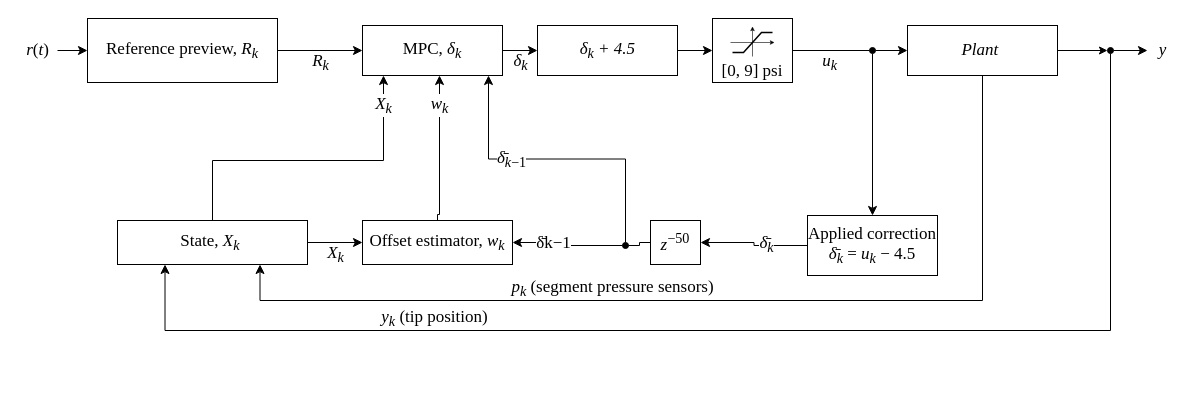
This is page "3 input MPC diagram" (2 of 11) of docs/diagrams/controllers.drawio from ibraheem-111/soft-pneumatic-arm-control, a draw.io file, before an edit. Source tidied: cells renumbered, new cells numbered last; positions are measured from the earlier drawing's top-left corner, leaving out a move shared by most shapes. Both pictures are drawn from the tidied source at 100%, with x=0, y=0 at pixel (17, 18).
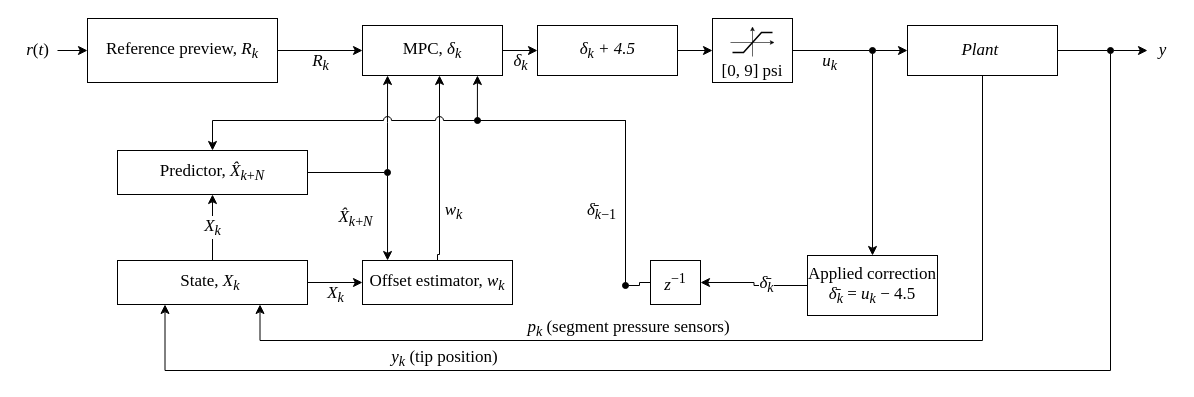
After the change.

The change refers to these unchanged cells:
```xml
<mxCell id="4" value="MPC,&amp;nbsp;&lt;i style=&quot;white-space: nowrap;&quot;&gt;δ&lt;/i&gt;&lt;sub style=&quot;white-space: nowrap;&quot;&gt;&lt;i&gt;k&lt;/i&gt;&lt;/sub&gt;" style="rounded=0;whiteSpace=wrap;html=1;fillColor=#FFFFFF;strokeColor=#000000;strokeWidth=1;fontSize=17;fontFamily=Times New Roman;fontColor=#000000;" parent="1" vertex="1">
  <mxGeometry x="345" y="7" width="140" height="50" as="geometry" />
</mxCell>
<mxCell id="6" value="&lt;i&gt;Plant&amp;nbsp;&lt;/i&gt;" style="rounded=0;whiteSpace=wrap;html=1;fillColor=#FFFFFF;strokeColor=#000000;strokeWidth=1;fontSize=17;fontFamily=Times New Roman;fontColor=#000000;" parent="1" vertex="1">
  <mxGeometry x="890" y="7" width="150" height="50" as="geometry" />
</mxCell>
<mxCell id="9" style="ellipse;html=1;fillColor=#000000;strokeColor=#000000;fontSize=17;" parent="1" vertex="1">
  <mxGeometry x="1090" y="29" width="6" height="6" as="geometry" />
</mxCell>
```

The edit, as a diff of the source:
```diff
@@
-    <mxCell id="5" style="edgeStyle=orthogonalEdgeStyle;rounded=0;jettySize=auto;html=1;defaultLabelBackgroundColor=page;labelPadding=0 4;entryX=0;entryY=0.5;entryDx=0;entryDy=0;fontSize=17;" parent="1" edge="1" source="6" target="9">
+    <mxCell id="5" style="edgeStyle=orthogonalEdgeStyle;rounded=0;jettySize=auto;html=1;defaultLabelBackgroundColor=page;labelPadding=0 4;entryX=0;entryY=0.5;entryDx=0;entryDy=0;fontSize=17;endArrow=none;" parent="1" edge="1" source="6" target="9">
       <mxGeometry relative="1" as="geometry" />
     </mxCell>
@@
     <mxCell id="17" value="&lt;font&gt;State,&amp;nbsp;&lt;i&gt;X&lt;/i&gt;&lt;sub&gt;&lt;i&gt;k&lt;/i&gt;&lt;/sub&gt;&amp;nbsp;&lt;/font&gt;" style="rounded=0;whiteSpace=wrap;html=1;fillColor=#FFFFFF;strokeColor=#000000;strokeWidth=1;fontSize=17;fontFamily=Times New Roman;fontColor=#000000;" parent="1" vertex="1">
-      <mxGeometry x="100" y="202" width="190" height="44" as="geometry" />
+      <mxGeometry x="100" y="242" width="190" height="44" as="geometry" />
     </mxCell>
     <mxCell id="18" value="&lt;font&gt;Offset estimator,&amp;nbsp;&lt;/font&gt;&lt;font&gt;&lt;i style=&quot;white-space: nowrap;&quot;&gt;w&lt;/i&gt;&lt;sub style=&quot;white-space: nowrap;&quot;&gt;&lt;i&gt;k&lt;/i&gt;&lt;/sub&gt;&lt;/font&gt;" style="rounded=0;whiteSpace=wrap;html=1;fillColor=#FFFFFF;strokeColor=#000000;strokeWidth=1;fontSize=17;fontFamily=Times New Roman;fontColor=#000000;" parent="1" vertex="1">
-      <mxGeometry x="345" y="202" width="150" height="44" as="geometry" />
+      <mxGeometry x="345" y="242" width="150" height="44" as="geometry" />
     </mxCell>
-    <mxCell id="19" value="&lt;i&gt;z&lt;/i&gt;&lt;sup&gt;−50&lt;/sup&gt;" style="rounded=0;whiteSpace=wrap;html=1;fillColor=#FFFFFF;strokeColor=#000000;strokeWidth=1;fontSize=17;fontFamily=Times New Roman;fontColor=#000000;" parent="1" vertex="1">
-      <mxGeometry x="633" y="202" width="50" height="44" as="geometry" />
+    <mxCell id="19" value="&lt;i&gt;z&lt;/i&gt;&lt;sup&gt;−1&lt;/sup&gt;" style="rounded=0;whiteSpace=wrap;html=1;fillColor=#FFFFFF;strokeColor=#000000;strokeWidth=1;fontSize=17;fontFamily=Times New Roman;fontColor=#000000;" parent="1" vertex="1">
+      <mxGeometry x="633" y="242" width="50" height="44" as="geometry" />
     </mxCell>
     <mxCell id="20" value="Applied correction&lt;br&gt;&lt;i&gt;δ̄&lt;/i&gt;&lt;sub&gt;&lt;i&gt;k&lt;/i&gt;&lt;/sub&gt; = &lt;i&gt;u&lt;sub&gt;k&lt;/sub&gt;&lt;/i&gt;&amp;nbsp;− 4.5" style="rounded=0;whiteSpace=wrap;html=1;fillColor=#FFFFFF;strokeColor=#000000;strokeWidth=1;fontSize=17;fontFamily=Times New Roman;fontColor=#000000;" parent="1" vertex="1">
-      <mxGeometry x="790" y="197" width="130" height="60" as="geometry" />
+      <mxGeometry x="790" y="237" width="130" height="60" as="geometry" />
     </mxCell>
     <mxCell id="21" style="ellipse;html=1;fillColor=#000000;strokeColor=#000000;fontSize=17;" parent="1" vertex="1">
-      <mxGeometry x="605" y="224" width="6" height="6" as="geometry" />
+      <mxGeometry x="605" y="264" width="6" height="6" as="geometry" />
     </mxCell>
     <mxCell id="22" value="&lt;i&gt;y&lt;/i&gt;&lt;sub&gt;&lt;i&gt;k&lt;/i&gt;&lt;/sub&gt; (tip position)" style="edgeStyle=orthogonalEdgeStyle;rounded=0;html=1;endArrow=classic;endFill=1;endSize=7;strokeColor=#000000;strokeWidth=1;fontSize=17;labelBackgroundColor=#FFFFFF;fontFamily=Times New Roman;fontColor=#000000;exitX=0.5;exitY=1;exitDx=0;exitDy=0;entryX=0.25;entryY=1;entryDx=0;entryDy=0;" parent="1" edge="1" source="9" target="17">
       <mxGeometry x="0.48" y="-12" relative="1" as="geometry">
         <Array as="points">
-          <mxPoint x="1093" y="312" />
-          <mxPoint x="147.5" y="312" />
+          <mxPoint x="1093" y="352" />
+          <mxPoint x="147.5" y="352" />
         </Array>
       </mxGeometry>
     </mxCell>
     <mxCell id="23" value="&lt;i&gt;p&lt;/i&gt;&lt;sub&gt;&lt;i&gt;k&lt;/i&gt;&lt;/sub&gt; (segment pressure sensors)" style="edgeStyle=orthogonalEdgeStyle;rounded=0;html=1;endArrow=classic;endFill=1;endSize=7;strokeColor=#000000;strokeWidth=1;fontSize=17;labelBackgroundColor=#FFFFFF;fontFamily=Times New Roman;fontColor=#000000;entryX=0.75;entryY=1;entryDx=0;entryDy=0;exitX=0.5;exitY=1;exitDx=0;exitDy=0;" parent="1" edge="1" source="6" target="17">
       <mxGeometry x="0.21" y="-12" relative="1" as="geometry">
         <Array as="points">
-          <mxPoint x="965" y="282" />
-          <mxPoint x="242.5" y="282" />
+          <mxPoint x="965" y="322" />
+          <mxPoint x="242.5" y="322" />
         </Array>
       </mxGeometry>
     </mxCell>
@@
-    <mxCell id="27" value="&lt;font&gt;δ̄k−1&lt;/font&gt;" style="edgeStyle=orthogonalEdgeStyle;rounded=0;html=1;endArrow=classic;endFill=1;endSize=7;strokeColor=#000000;strokeWidth=1;fontSize=17;labelBackgroundColor=#FFFFFF;fontFamily=Times New Roman;fontColor=#000000;exitX=0;exitY=0.5;exitDx=0;exitDy=0;entryX=1;entryY=0.5;entryDx=0;entryDy=0;" parent="1" edge="1" source="21" target="18">
-      <mxGeometry y="14" relative="1" as="geometry" />
-    </mxCell>
@@
-    <mxCell id="29" value="&lt;i&gt;X&lt;/i&gt;&lt;sub&gt;&lt;i&gt;k&lt;/i&gt;&lt;/sub&gt;" style="edgeStyle=orthogonalEdgeStyle;rounded=0;html=1;endArrow=classic;endFill=1;endSize=7;strokeColor=#000000;strokeWidth=1;fontSize=17;labelBackgroundColor=#FFFFFF;fontFamily=Times New Roman;fontColor=#000000;exitX=0.5;exitY=0;exitDx=0;exitDy=0;entryX=0.15;entryY=1;entryDx=0;entryDy=0;" parent="1" edge="1" source="17" target="4">
-      <mxGeometry x="0.81" relative="1" as="geometry">
-        <Array as="points">
-          <mxPoint x="195" y="142" />
-          <mxPoint x="366" y="142" />
-        </Array>
-      </mxGeometry>
+    <mxCell id="29" value="&lt;i&gt;X&lt;/i&gt;&lt;sub&gt;&lt;i&gt;k&lt;/i&gt;&lt;/sub&gt;" style="edgeStyle=orthogonalEdgeStyle;rounded=0;html=1;endArrow=classic;endFill=1;endSize=7;strokeColor=#000000;strokeWidth=1;fontSize=17;labelBackgroundColor=#FFFFFF;fontFamily=Times New Roman;fontColor=#000000;exitX=0.5;exitY=0;exitDx=0;exitDy=0;entryX=0.5;entryY=1;entryDx=0;entryDy=0;" parent="1" edge="1" source="17" target="39">
+      <mxGeometry relative="1" as="geometry" />
     </mxCell>
     <mxCell id="30" value="&lt;i&gt;w&lt;/i&gt;&lt;sub&gt;&lt;i&gt;k&lt;/i&gt;&lt;/sub&gt;" style="edgeStyle=orthogonalEdgeStyle;rounded=0;html=1;endArrow=classic;endFill=1;endSize=7;strokeColor=#000000;strokeWidth=1;fontSize=17;labelBackgroundColor=#FFFFFF;fontFamily=Times New Roman;fontColor=#000000;exitX=0.5;exitY=0;exitDx=0;exitDy=0;entryX=0.55;entryY=1;entryDx=0;entryDy=0;" parent="1" edge="1" source="18" target="4">
-      <mxGeometry x="0.59" relative="1" as="geometry">
+      <mxGeometry x="-0.45" relative="1" as="geometry">
         <Array as="points">
-          <mxPoint x="422" y="196" />
+          <mxPoint x="422" y="236" />
         </Array>
+        <mxPoint x="14" as="offset" />
       </mxGeometry>
     </mxCell>
-    <mxCell id="31" value="&lt;font&gt;&lt;i&gt;δ̄&lt;/i&gt;&lt;sub&gt;&lt;i&gt;k&lt;/i&gt;−1&lt;/sub&gt;&lt;/font&gt;" style="edgeStyle=orthogonalEdgeStyle;rounded=0;html=1;endArrow=classic;endFill=1;endSize=7;strokeColor=#000000;strokeWidth=1;fontSize=17;labelBackgroundColor=#FFFFFF;fontFamily=Times New Roman;fontColor=#000000;exitX=0.5;exitY=0;exitDx=0;exitDy=0;entryX=0.9;entryY=1;entryDx=0;entryDy=0;" parent="1" edge="1" source="21" target="4">
-      <mxGeometry x="0.3" relative="1" as="geometry" />
+    <mxCell id="31" value="&lt;font&gt;&lt;i&gt;δ̄&lt;/i&gt;&lt;sub&gt;&lt;i&gt;k&lt;/i&gt;−1&lt;/sub&gt;&lt;/font&gt;" style="edgeStyle=orthogonalEdgeStyle;rounded=0;html=1;endArrow=classic;endFill=1;endSize=7;strokeColor=#000000;strokeWidth=1;fontSize=17;labelBackgroundColor=#FFFFFF;fontFamily=Times New Roman;fontColor=#000000;exitX=0.5;exitY=0;exitDx=0;exitDy=0;entryX=0.821;entryY=1;entryDx=0;entryDy=0;" parent="1" edge="1" source="21" target="4">
+      <mxGeometry x="-0.6" relative="1" as="geometry">
+        <Array as="points">
+          <mxPoint x="608" y="102" />
+          <mxPoint x="460" y="102" />
+        </Array>
+        <mxPoint x="-24" as="offset" />
+      </mxGeometry>
     </mxCell>
@@
+    <mxCell id="39" value="&lt;font&gt;Predictor,&amp;nbsp;&lt;i&gt;X̂&lt;/i&gt;&lt;sub&gt;&lt;i&gt;k&lt;/i&gt;+&lt;i&gt;N&lt;/i&gt;&lt;/sub&gt;&lt;/font&gt;" style="rounded=0;whiteSpace=wrap;html=1;fillColor=#FFFFFF;strokeColor=#000000;strokeWidth=1;fontSize=17;fontFamily=Times New Roman;fontColor=#000000;" parent="1" vertex="1">
+      <mxGeometry x="100" y="132" width="190" height="44" as="geometry" />
+    </mxCell>
+    <mxCell id="40" style="ellipse;html=1;fillColor=#000000;strokeColor=#000000;fontSize=17;" parent="1" vertex="1">
+      <mxGeometry x="367" y="151" width="6" height="6" as="geometry" />
+    </mxCell>
+    <mxCell id="41" style="ellipse;html=1;fillColor=#000000;strokeColor=#000000;fontSize=17;" parent="1" vertex="1">
+      <mxGeometry x="457" y="99" width="6" height="6" as="geometry" />
+    </mxCell>
+    <mxCell id="42" style="edgeStyle=orthogonalEdgeStyle;rounded=0;html=1;endArrow=classic;endFill=1;endSize=7;strokeColor=#000000;strokeWidth=1;fontSize=17;labelBackgroundColor=#FFFFFF;fontFamily=Times New Roman;fontColor=#000000;exitX=1;exitY=0.5;exitDx=0;exitDy=0;entryX=0;entryY=0.5;entryDx=0;entryDy=0;endArrow=none;" parent="1" edge="1" source="39" target="40">
+      <mxGeometry y="-12" relative="1" as="geometry" />
+    </mxCell>
+    <mxCell id="43" style="edgeStyle=orthogonalEdgeStyle;rounded=0;html=1;endArrow=classic;endFill=1;endSize=7;strokeColor=#000000;strokeWidth=1;fontSize=17;labelBackgroundColor=#FFFFFF;fontFamily=Times New Roman;fontColor=#000000;exitX=0.5;exitY=0;exitDx=0;exitDy=0;entryX=0.179;entryY=1;entryDx=0;entryDy=0;" parent="1" edge="1" source="40" target="4">
+      <mxGeometry relative="1" as="geometry" />
+    </mxCell>
+    <mxCell id="44" value="&lt;i&gt;X̂&lt;/i&gt;&lt;sub&gt;&lt;i&gt;k&lt;/i&gt;+&lt;i&gt;N&lt;/i&gt;&lt;/sub&gt;" style="edgeStyle=orthogonalEdgeStyle;rounded=0;html=1;endArrow=classic;endFill=1;endSize=7;strokeColor=#000000;strokeWidth=1;fontSize=17;labelBackgroundColor=#FFFFFF;fontFamily=Times New Roman;fontColor=#000000;exitX=0.5;exitY=1;exitDx=0;exitDy=0;entryX=0.167;entryY=0;entryDx=0;entryDy=0;" parent="1" edge="1" source="40" target="18">
+      <mxGeometry relative="1" as="geometry">
+        <mxPoint x="-32" as="offset" />
+      </mxGeometry>
+    </mxCell>
+    <mxCell id="27" style="edgeStyle=orthogonalEdgeStyle;rounded=0;html=1;endArrow=classic;endFill=1;endSize=7;strokeColor=#000000;strokeWidth=1;fontSize=17;labelBackgroundColor=#FFFFFF;fontFamily=Times New Roman;fontColor=#000000;exitX=0.5;exitY=0;exitDx=0;exitDy=0;entryX=0.5;entryY=0;entryDx=0;entryDy=0;jumpStyle=arc;jumpSize=8;" parent="1" edge="1" source="21" target="39">
+      <mxGeometry relative="1" as="geometry">
+        <Array as="points">
+          <mxPoint x="608" y="102" />
+          <mxPoint x="195" y="102" />
+        </Array>
+      </mxGeometry>
+    </mxCell>
```
